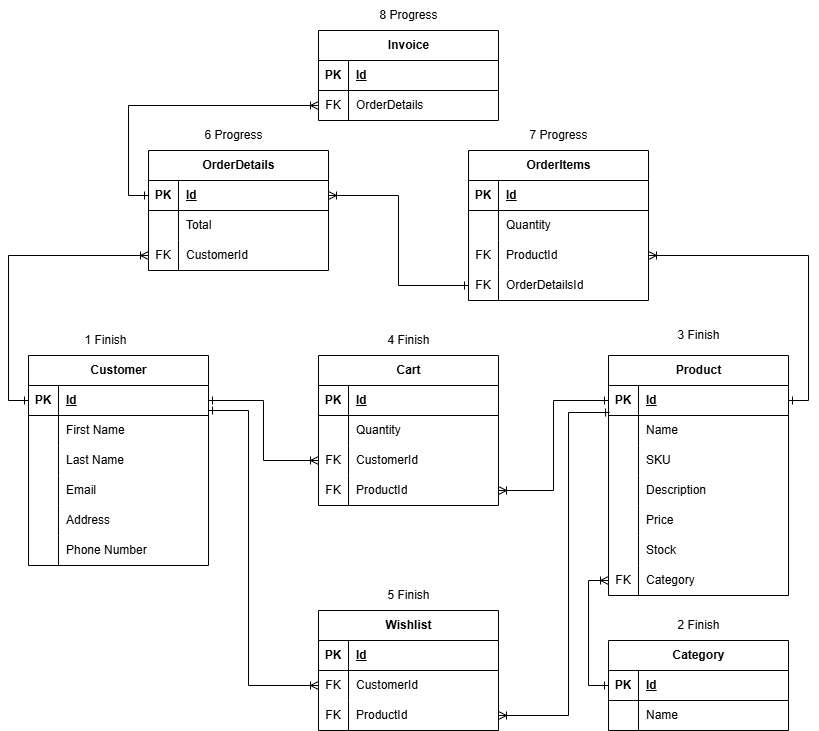
Above: AdminPanal.drawio.png in SaifAl-kurdi/BackEnd_E-Commerce-Using-Java-Quarkus (draw.io), before the change. Source tidied: cells renumbered, new cells last; positions are measured from the earlier drawing's top-left corner, leaving out a move shared by most shapes.
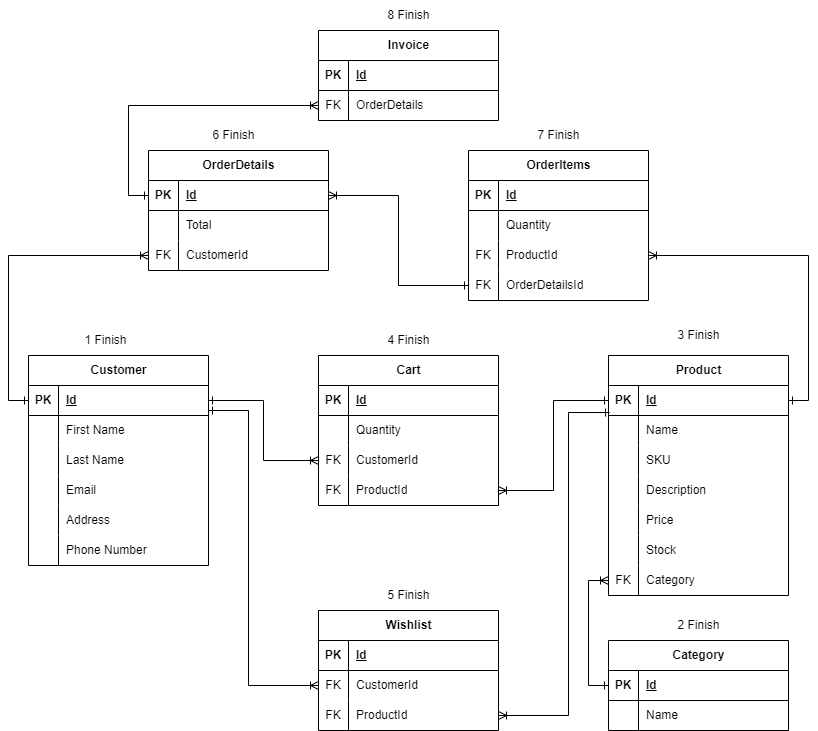
The same file after the commit.

Change to the diagram source:
```diff
@@ -345,14 +345,14 @@
     <mxCell id="112" value="5 Finish" style="text;html=1;align=center;verticalAlign=middle;strokeColor=none;fillColor=none;" parent="1" vertex="1">
       <mxGeometry x="345" y="580" width="70" height="30" as="geometry" />
     </mxCell>
-    <mxCell id="113" value="6 Progress" style="text;html=1;align=center;verticalAlign=middle;strokeColor=none;fillColor=none;" parent="1" vertex="1">
-      <mxGeometry x="165" y="120" width="80" height="30" as="geometry" />
+    <mxCell id="113" value="6 Finish" style="text;html=1;align=center;verticalAlign=middle;strokeColor=none;fillColor=none;" parent="1" vertex="1">
+      <mxGeometry x="170" y="120" width="70" height="30" as="geometry" />
     </mxCell>
-    <mxCell id="114" value="7 Progress" style="text;html=1;align=center;verticalAlign=middle;strokeColor=none;fillColor=none;" parent="1" vertex="1">
-      <mxGeometry x="490" y="120" width="80" height="30" as="geometry" />
+    <mxCell id="114" value="7 Finish" style="text;html=1;align=center;verticalAlign=middle;strokeColor=none;fillColor=none;" parent="1" vertex="1">
+      <mxGeometry x="495" y="120" width="70" height="30" as="geometry" />
     </mxCell>
-    <mxCell id="115" value="8 Progress" style="text;html=1;align=center;verticalAlign=middle;strokeColor=none;fillColor=none;" parent="1" vertex="1">
-      <mxGeometry x="340" width="80" height="30" as="geometry" />
+    <mxCell id="115" value="8 Finish" style="text;html=1;align=center;verticalAlign=middle;strokeColor=none;fillColor=none;" parent="1" vertex="1">
+      <mxGeometry x="345" width="70" height="30" as="geometry" />
     </mxCell>
     <mxCell id="116" style="edgeStyle=orthogonalEdgeStyle;rounded=0;jettySize=auto;html=1;entryX=0;entryY=0.5;entryDx=0;entryDy=0;startArrow=ERoneToMany;startFill=0;endArrow=ERone;endFill=0;" parent="1" edge="1" source="83" target="48">
       <mxGeometry relative="1" as="geometry" />
```
